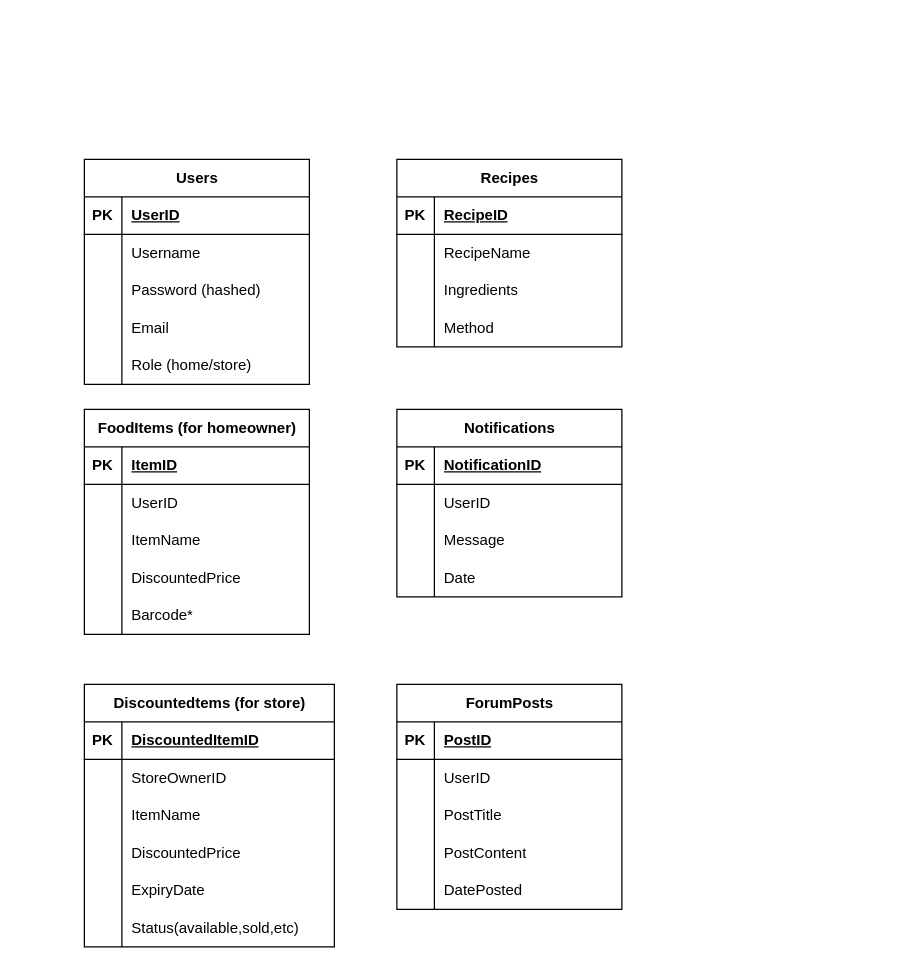
The draw.io diagram Untitled Diagram.drawio in Benjameslane/FreshKeep_FlexApp, before the edit. Source tidied: cells renumbered, new cells numbered last; positions are measured from the earlier drawing's top-left corner, leaving out a move shared by most shapes. Both pictures are drawn from the tidied source at 125%, with x=0, y=0 at pixel (84, 159).
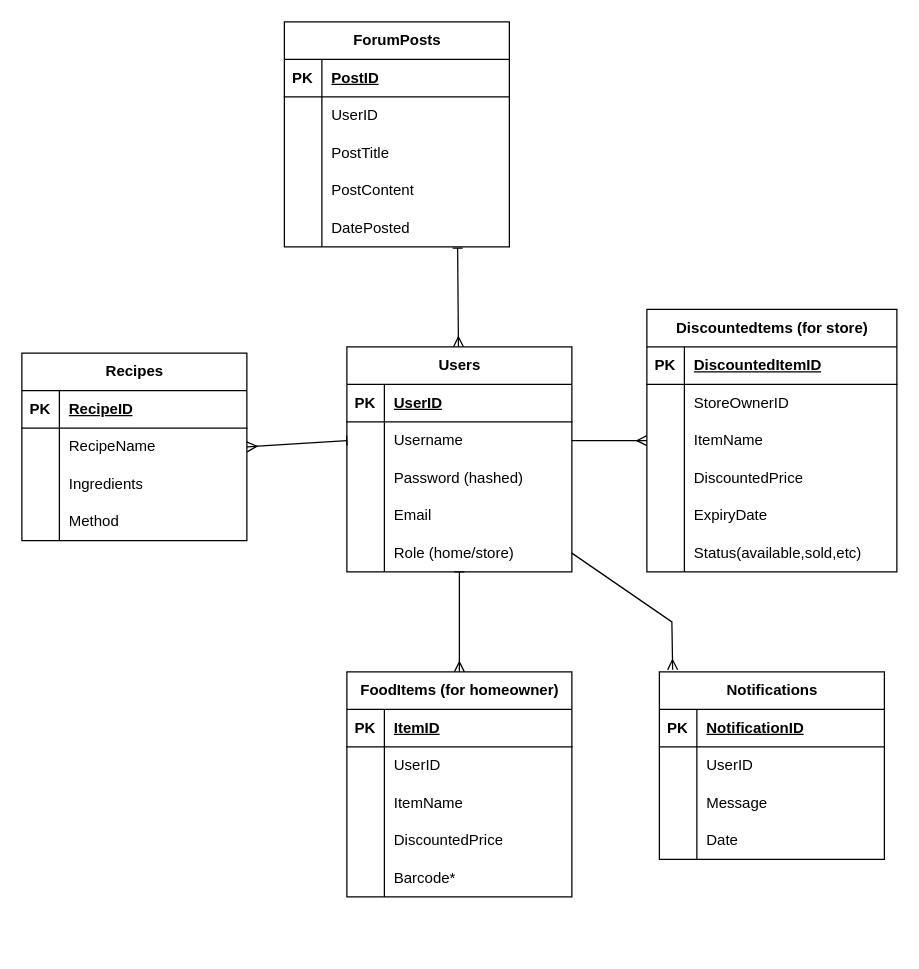
Above is the later version.

Commit message:
Added relationships to entities

Unchanged cells that the change refers to:
```xml
<mxCell id="6" style="shape=tableRow;horizontal=0;startSize=0;swimlaneHead=0;swimlaneBody=0;fillColor=none;points=[[0,0.5],[1,0.5]];portConstraint=eastwest;top=0;left=0;right=0;bottom=0;" parent="2" vertex="1">
  <mxGeometry y="60" width="180" height="30" as="geometry" />
</mxCell>
<mxCell id="15" style="shape=tableRow;horizontal=0;startSize=0;swimlaneHead=0;swimlaneBody=0;fillColor=none;points=[[0,0.5],[1,0.5]];portConstraint=eastwest;top=0;left=0;right=0;bottom=0;" parent="2" vertex="1">
  <mxGeometry y="150" width="180" height="30" as="geometry" />
</mxCell>
<mxCell id="41" style="shape=tableRow;horizontal=0;startSize=0;swimlaneHead=0;swimlaneBody=0;fillColor=none;points=[[0,0.5],[1,0.5]];portConstraint=eastwest;top=0;left=0;right=0;bottom=0;" parent="34" vertex="1">
  <mxGeometry y="90" width="200" height="30" as="geometry" />
</mxCell>
<mxCell id="57" style="shape=tableRow;horizontal=0;startSize=0;swimlaneHead=0;swimlaneBody=0;fillColor=none;points=[[0,0.5],[1,0.5]];portConstraint=eastwest;top=0;left=0;right=0;bottom=0;" parent="53" vertex="1">
  <mxGeometry y="60" width="180" height="30" as="geometry" />
</mxCell>
<mxCell id="92" style="shape=tableRow;horizontal=0;startSize=0;swimlaneHead=0;swimlaneBody=0;fillColor=none;points=[[0,0.5],[1,0.5]];portConstraint=eastwest;top=0;left=0;right=0;bottom=0;" parent="79" vertex="1">
  <mxGeometry y="150" width="180" height="30" as="geometry" />
</mxCell>
```

What changed in the source:
```diff
@@
+    <mxCell id="95" style="edgeStyle=none;rounded=0;jettySize=auto;html=1;entryX=0.77;entryY=1.033;entryDx=0;entryDy=0;entryPerimeter=0;endArrow=baseDash;endFill=0;startArrow=ERmany;startFill=0;" parent="1" edge="1" source="2" target="92">
+      <mxGeometry relative="1" as="geometry" />
+    </mxCell>
     <mxCell id="2" value="Users" style="shape=table;startSize=30;childLayout=tableLayout;rowLines=0;fontStyle=1;align=center;html=1;" parent="1" vertex="1">
-      <mxGeometry width="180" height="180" as="geometry" />
+      <mxGeometry x="210" y="150" width="180" height="180" as="geometry" />
     </mxCell>
@@
+    <mxCell id="96" style="edgeStyle=none;rounded=0;jettySize=auto;html=1;startArrow=ERmany;startFill=0;endArrow=baseDash;endFill=0;" parent="1" edge="1" source="18">
+      <mxGeometry relative="1" as="geometry">
+        <mxPoint x="300" y="330" as="targetPoint" />
+      </mxGeometry>
+    </mxCell>
     <mxCell id="18" value="FoodItems (for homeowner)" style="shape=table;startSize=30;childLayout=tableLayout;rowLines=0;fontStyle=1;align=center;html=1;" parent="1" vertex="1">
-      <mxGeometry y="200" width="180" height="180" as="geometry" />
+      <mxGeometry x="210" y="410" width="180" height="180" as="geometry" />
     </mxCell>
@@
     <mxCell id="34" value="Discountedtems (for store)" style="shape=table;startSize=30;childLayout=tableLayout;rowLines=0;fontStyle=1;align=center;html=1;" parent="1" vertex="1">
-      <mxGeometry y="420" width="200" height="210" as="geometry" />
+      <mxGeometry x="450" y="120" width="200" height="210" as="geometry" />
     </mxCell>
@@
     <mxCell id="53" value="Recipes" style="shape=table;startSize=30;childLayout=tableLayout;rowLines=0;fontStyle=1;align=center;html=1;" parent="1" vertex="1">
-      <mxGeometry x="250" width="180" height="150" as="geometry" />
+      <mxGeometry x="-50" y="155" width="180" height="150" as="geometry" />
     </mxCell>
@@
     <mxCell id="66" value="Notifications" style="shape=table;startSize=30;childLayout=tableLayout;rowLines=0;fontStyle=1;align=center;html=1;" parent="1" vertex="1">
-      <mxGeometry x="250" y="200" width="180" height="150" as="geometry" />
+      <mxGeometry x="460" y="410" width="180" height="150" as="geometry" />
     </mxCell>
@@
     <mxCell id="79" value="ForumPosts" style="shape=table;startSize=30;childLayout=tableLayout;rowLines=0;fontStyle=1;align=center;html=1;" parent="1" vertex="1">
-      <mxGeometry x="250" y="420" width="180" height="180" as="geometry" />
+      <mxGeometry x="160" y="-110" width="180" height="180" as="geometry" />
     </mxCell>
@@
+    <mxCell id="97" style="edgeStyle=none;rounded=0;jettySize=auto;html=1;entryX=0;entryY=0.5;entryDx=0;entryDy=0;endArrow=ERmany;endFill=0;" parent="1" edge="1" source="6" target="41">
+      <mxGeometry relative="1" as="geometry" />
+    </mxCell>
+    <mxCell id="98" style="edgeStyle=none;rounded=0;jettySize=auto;html=1;exitX=1;exitY=0.5;exitDx=0;exitDy=0;endArrow=ERmany;endFill=0;entryX=0.059;entryY=-0.011;entryDx=0;entryDy=0;entryPerimeter=0;" parent="1" edge="1" source="15" target="66">
+      <mxGeometry relative="1" as="geometry">
+        <Array as="points">
+          <mxPoint x="470" y="370" />
+        </Array>
+      </mxGeometry>
+    </mxCell>
+    <mxCell id="99" style="edgeStyle=none;rounded=0;jettySize=auto;html=1;endArrow=baseDash;endFill=0;startArrow=ERmany;startFill=0;entryX=0;entryY=0.5;entryDx=0;entryDy=0;exitX=1;exitY=0.5;exitDx=0;exitDy=0;" parent="1" edge="1" source="57" target="6">
+      <mxGeometry relative="1" as="geometry" />
+    </mxCell>
```
